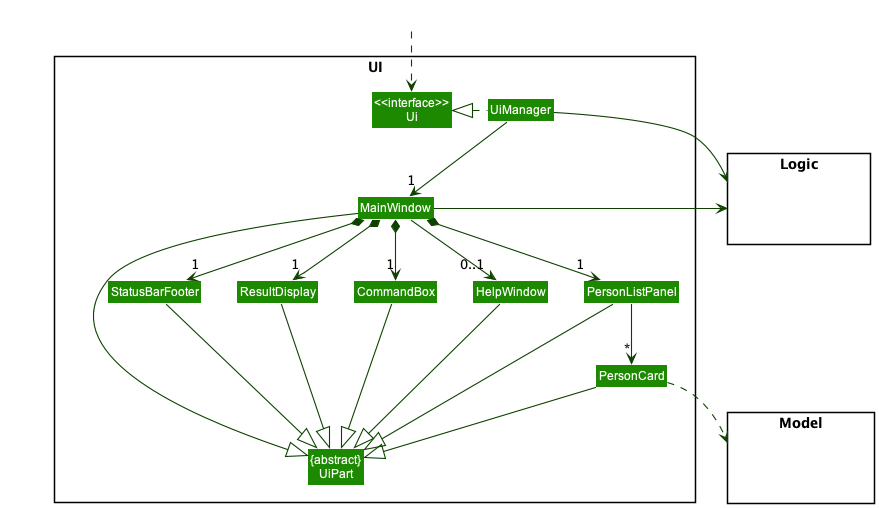
nus-cs2103-AY2223S1/tp keeps this PlantUML diagram as docs/images/UiClassDiagram.png. Above is the earlier version.
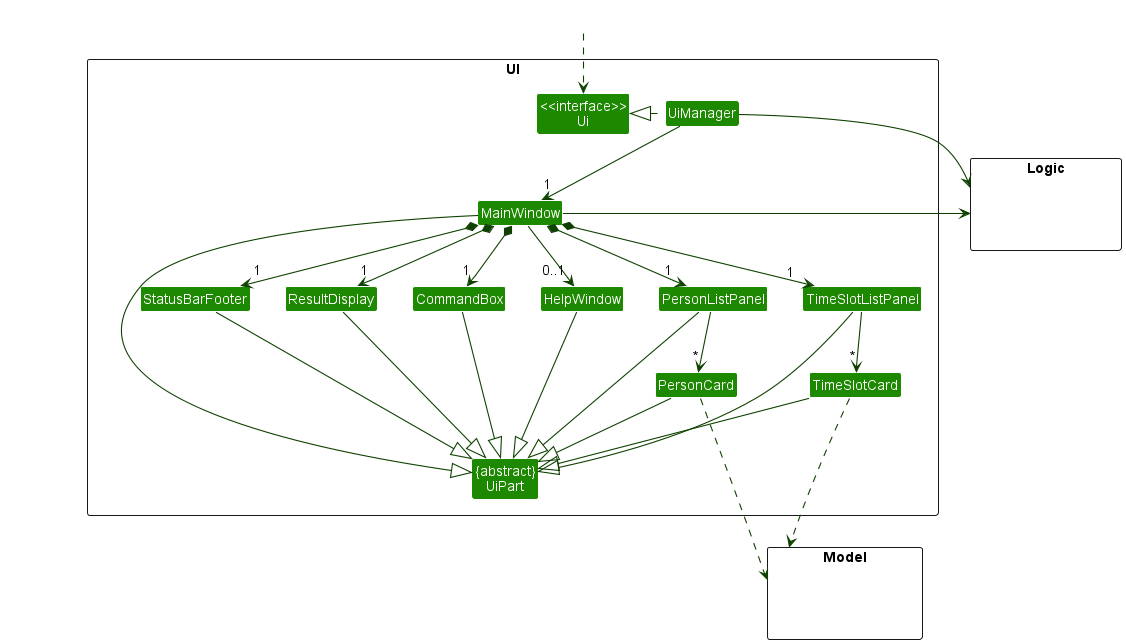
The same diagram one commit later.

What changed in the source:
```diff
@@ -13,6 +13,8 @@
 Class ResultDisplay
 Class PersonListPanel
 Class PersonCard
+Class TimeSlotListPanel
+Class TimeSlotCard
 Class StatusBarFooter
 Class CommandBox
 }
@@ -33,10 +35,12 @@
 MainWindow *-down->  "1" CommandBox
 MainWindow *-down-> "1" ResultDisplay
 MainWindow *-down-> "1" PersonListPanel
+MainWindow *-down-> "1" TimeSlotListPanel
 MainWindow *-down-> "1" StatusBarFooter
 MainWindow --> "0..1" HelpWindow
 
 PersonListPanel -down-> "*" PersonCard
+TimeSlotListPanel -down-> "*" TimeSlotCard
 
 MainWindow -left-|> UiPart
 
@@ -44,10 +48,13 @@
 CommandBox --|> UiPart
 PersonListPanel --|> UiPart
 PersonCard --|> UiPart
+TimeSlotListPanel --|> UiPart
+TimeSlotCard --|> UiPart
 StatusBarFooter --|> UiPart
 HelpWindow --|> UiPart
 
-PersonCard ..> Model
+PersonCard ...> Model
+TimeSlotCard ..> Model
 UiManager -right-> Logic
 MainWindow -left-> Logic
 
```
